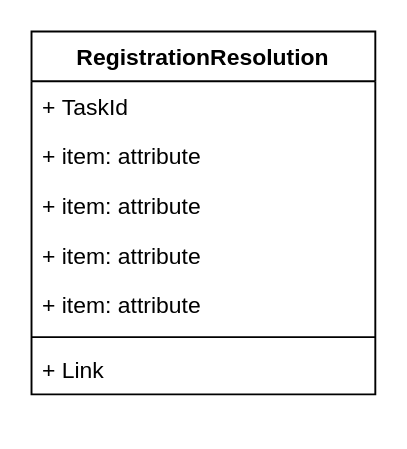
The draw.io diagram Domain/Resolutions/RegistrationResolution.DO.drawio in davyd0ff/so-line-grls, before the edit. Source tidied: cells renumbered, new cells numbered last; positions are measured from the earlier drawing's top-left corner, leaving out a move shared by most shapes. Both pictures are drawn from the tidied source at 191%, with x=0, y=0 at pixel (31, 31).
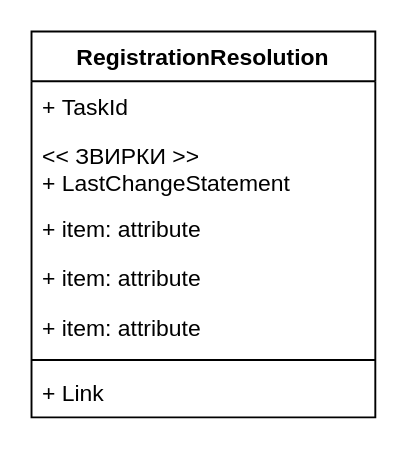
Above is the later version.

Change to the diagram source:
```diff
@@
 <mxGraphModel>
   <root>
     <mxCell id="0" />
     <mxCell id="1" parent="0" />
     <mxCell id="2" value="RegistrationResolution" style="swimlane;fontStyle=1;align=center;verticalAlign=top;horizontal=1;startSize=26;" parent="1" vertex="1">
-      <mxGeometry width="180" height="190" as="geometry" />
+      <mxGeometry width="180" height="202" as="geometry" />
     </mxCell>
     <mxCell id="3" value="+ TaskId" style="text;strokeColor=none;fillColor=none;align=left;verticalAlign=top;spacingLeft=4;spacingRight=4;overflow=hidden;" parent="2" vertex="1">
       <mxGeometry y="26" width="180" height="26" as="geometry" />
     </mxCell>
-    <mxCell id="4" value="+ item: attribute" style="text;strokeColor=none;fillColor=none;align=left;verticalAlign=top;spacingLeft=4;spacingRight=4;overflow=hidden;" parent="2" vertex="1">
-      <mxGeometry y="52" width="180" height="26" as="geometry" />
+    <mxCell id="4" value="&lt;&lt; ЗВИРКИ &gt;&gt;&#10;+ LastChangeStatement" style="text;strokeColor=none;fillColor=none;align=left;verticalAlign=top;spacingLeft=4;spacingRight=4;overflow=hidden;" parent="2" vertex="1">
+      <mxGeometry y="52" width="180" height="38" as="geometry" />
     </mxCell>
     <mxCell id="5" value="+ item: attribute" style="text;strokeColor=none;fillColor=none;align=left;verticalAlign=top;spacingLeft=4;spacingRight=4;overflow=hidden;" parent="2" vertex="1">
-      <mxGeometry y="78" width="180" height="26" as="geometry" />
+      <mxGeometry y="90" width="180" height="26" as="geometry" />
     </mxCell>
     <mxCell id="6" value="+ item: attribute" style="text;strokeColor=none;fillColor=none;align=left;verticalAlign=top;spacingLeft=4;spacingRight=4;overflow=hidden;" parent="2" vertex="1">
-      <mxGeometry y="104" width="180" height="26" as="geometry" />
+      <mxGeometry y="116" width="180" height="26" as="geometry" />
     </mxCell>
     <mxCell id="7" value="+ item: attribute" style="text;strokeColor=none;fillColor=none;align=left;verticalAlign=top;spacingLeft=4;spacingRight=4;overflow=hidden;" parent="2" vertex="1">
-      <mxGeometry y="130" width="180" height="26" as="geometry" />
+      <mxGeometry y="142" width="180" height="26" as="geometry" />
     </mxCell>
     <mxCell id="8" style="line;strokeWidth=1;fillColor=none;align=left;verticalAlign=middle;spacingTop=-1;spacingLeft=3;spacingRight=3;labelPosition=right;strokeColor=inherit;" parent="2" vertex="1">
-      <mxGeometry y="156" width="180" height="8" as="geometry" />
+      <mxGeometry y="168" width="180" height="8" as="geometry" />
     </mxCell>
     <mxCell id="9" value="+ Link" style="text;strokeColor=none;fillColor=none;align=left;verticalAlign=top;spacingLeft=4;spacingRight=4;overflow=hidden;" parent="2" vertex="1">
-      <mxGeometry y="164" width="180" height="26" as="geometry" />
+      <mxGeometry y="176" width="180" height="26" as="geometry" />
     </mxCell>
   </root>
 </mxGraphModel>
```
